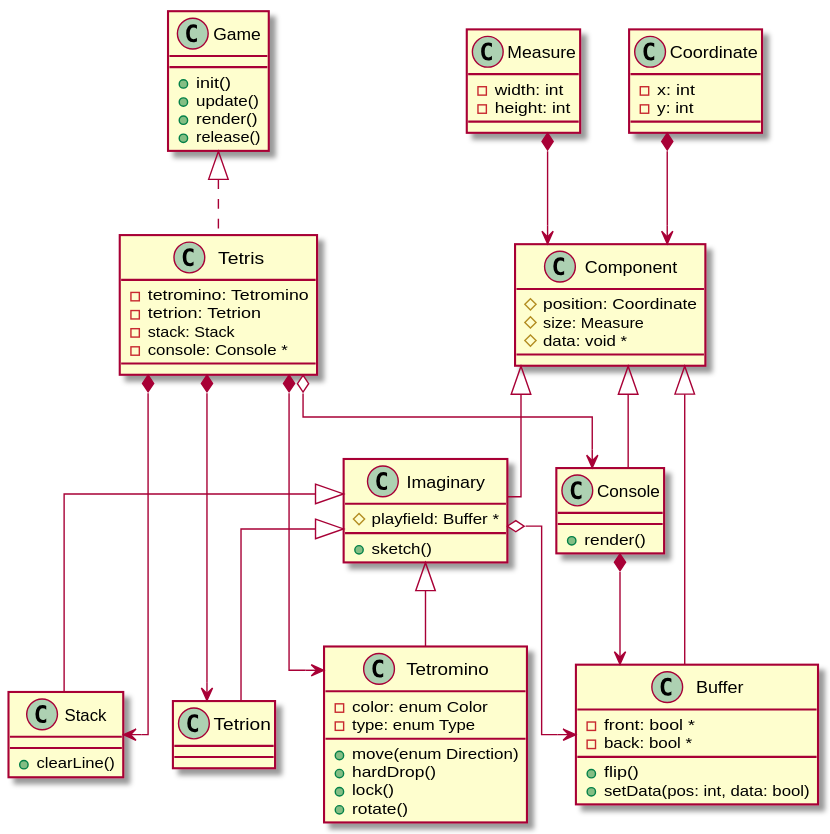
This is tetris.svg from Manicarus/Tetris, a PlantUML export, as it was before one commit. Its source is kept beside it as tetris.pu.
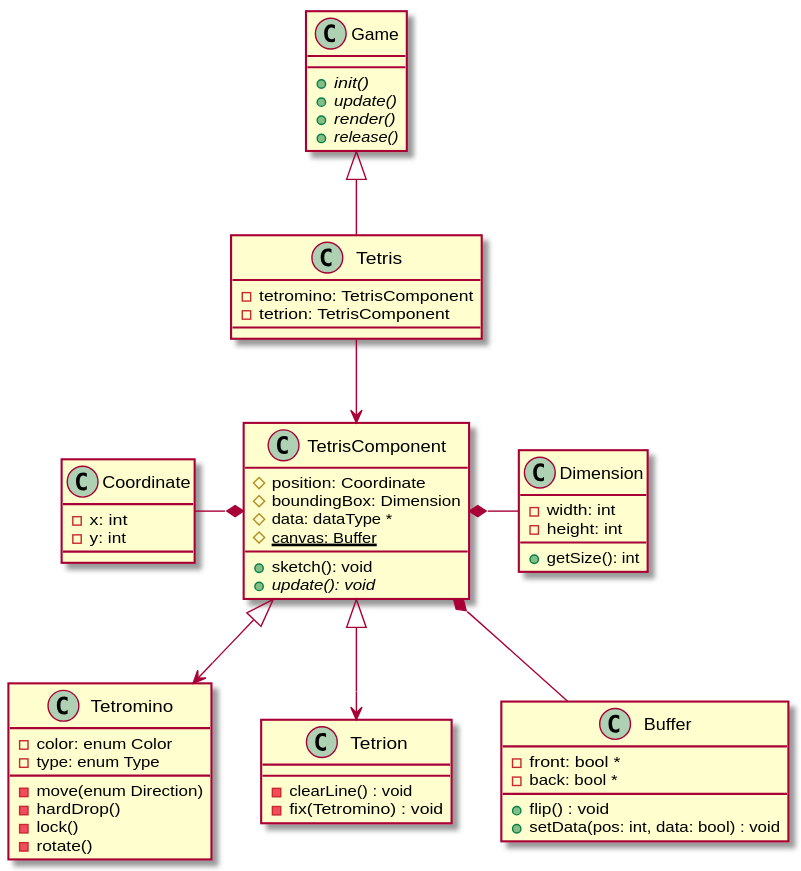
Later version of the same file.

Commit message:
테트리스 재설계

What changed in the source:
```diff
@@ -1,44 +1,26 @@
 @startuml
 
-skinparam linetype ortho
 
-Game <|.. Tetris
 
-Tetris *--> Tetromino
-Tetris *--> Tetrion
-Tetris *--> Stack
-Tetris o--> Console
 
-Imaginary <|-- Tetromino
-Imaginary <|-- Tetrion
-Imaginary <|-- Stack
+Game <|-- Tetris
 
-Console *--> Buffer
+Tetris --> TetrisComponent
 
-Component <|-- Imaginary
-Imaginary o--> Buffer
+TetrisComponent <|--> Tetromino
+TetrisComponent <|--> Tetrion
 
-Coordinate *--> Component
-Measure *--> Component
+TetrisComponent *-- Buffer
+Coordinate -* TetrisComponent
+TetrisComponent *- Dimension
 
-Component <|-- Console
-Component <|-- Buffer
+
 
 class Game {
-    + init()
-    + update()
-    + render()
-    + release()
-}
-
-class Console {
-    + render()
-}
-
-class Component {
-    # position: Coordinate
-    # size: Measure
-    # data: void *
+    + {abstract} init()
+    + {abstract} update()
+    + {abstract} render()
+    + {abstract} release()
 }
 
 class Coordinate {
@@ -46,47 +28,48 @@
     - y: int
 }
 
-class Measure {
+class Dimension {
     - width: int
     - height: int
-}
-
-class Imaginary {
-    # playfield: Buffer *
-    + sketch()
+    + getSize(): int
 }
 
 class Tetris {
-    - tetromino: Tetromino
-    - tetrion: Tetrion
-    - stack: Stack
-    - console: Console *
+    - tetromino: TetrisComponent
+    - tetrion: TetrisComponent
+}
+
+class TetrisComponent {
+    # position: Coordinate
+    # boundingBox: Dimension
+    # data: dataType *
+    # {static} canvas: Buffer
+
+    + sketch(): void
+    + {abstract} update(): void
 }
 
 class Tetromino {
     - color: enum Color
     - type: enum Type
 
-    + move(enum Direction)
-    + hardDrop()
-    + lock()
-    + rotate()
+    - move(enum Direction)
+    - hardDrop()
+    - lock()
+    - rotate()
 }
 
 class Tetrion {
-
-}
-
-class Stack {
-    + clearLine()
+    - clearLine() : void
+    - fix(Tetromino) : void
 }
 
 class Buffer {
     - front: bool *
     - back: bool *
 
-    + flip()
-    + setData(pos: int, data: bool)
+    + flip() : void
+    + setData(pos: int, data: bool) : void
 }
 
 @enduml
```
